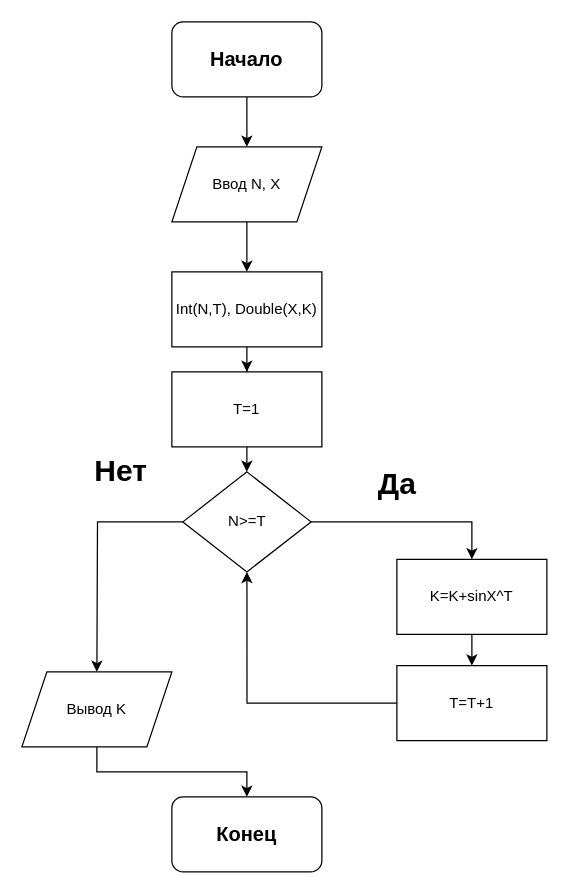
SphaleRud/Python keeps this draw.io diagram as Untitled Diagram.drawio. Above is the earlier version. Source tidied: cells renumbered, new cells numbered last; positions are measured from the earlier drawing's top-left corner, leaving out a move shared by most shapes. Both pictures are drawn from the tidied source at 125%, with x=0, y=0 at pixel (21, 21).
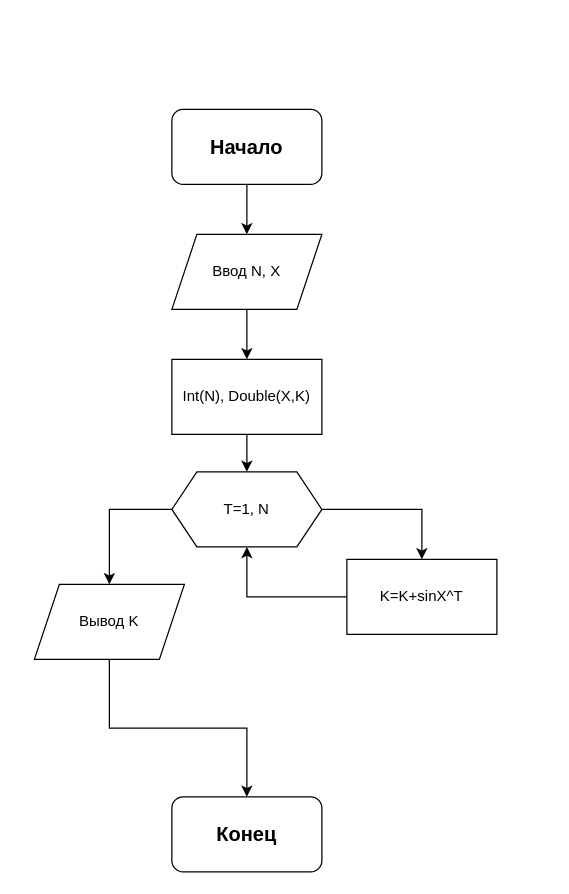
Above is the later version.

Diff of the diagram source:
```diff
@@
     <mxCell id="3" value="&lt;font style=&quot;font-size: 16px&quot;&gt;&lt;b&gt;Начало&lt;/b&gt;&lt;/font&gt;" style="rounded=1;whiteSpace=wrap;html=1;" parent="1" vertex="1">
-      <mxGeometry x="120" width="120" height="60" as="geometry" />
+      <mxGeometry x="120" y="70" width="120" height="60" as="geometry" />
     </mxCell>
@@
     <mxCell id="6" value="Ввод N, X" style="shape=parallelogram;perimeter=parallelogramPerimeter;whiteSpace=wrap;html=1;fixedSize=1;" parent="1" vertex="1">
-      <mxGeometry x="120" y="100" width="120" height="60" as="geometry" />
+      <mxGeometry x="120" y="170" width="120" height="60" as="geometry" />
     </mxCell>
-    <mxCell id="7" style="edgeStyle=orthogonalEdgeStyle;rounded=0;jettySize=auto;html=1;" parent="1" edge="1" source="8" target="15">
+    <mxCell id="7" style="edgeStyle=orthogonalEdgeStyle;rounded=0;jettySize=auto;html=1;entryX=0.5;entryY=0;entryDx=0;entryDy=0;" parent="1" edge="1" source="8" target="25">
       <mxGeometry relative="1" as="geometry" />
     </mxCell>
-    <mxCell id="8" value="Int(N,T), Double(X,K)" style="rounded=0;whiteSpace=wrap;html=1;" parent="1" vertex="1">
-      <mxGeometry x="120" y="200" width="120" height="60" as="geometry" />
+    <mxCell id="8" value="Int(N), Double(X,K)" style="rounded=0;whiteSpace=wrap;html=1;" parent="1" vertex="1">
+      <mxGeometry x="120" y="270" width="120" height="60" as="geometry" />
     </mxCell>
-    <mxCell id="9" style="edgeStyle=orthogonalEdgeStyle;rounded=0;jettySize=auto;html=1;exitX=1;exitY=0.5;exitDx=0;exitDy=0;entryX=0.5;entryY=0;entryDx=0;entryDy=0;" parent="1" edge="1" source="11" target="13">
-      <mxGeometry relative="1" as="geometry" />
-    </mxCell>
-    <mxCell id="10" style="edgeStyle=orthogonalEdgeStyle;rounded=0;jettySize=auto;html=1;" parent="1" edge="1" source="11">
-      <mxGeometry relative="1" as="geometry">
-        <mxPoint x="60" y="520" as="targetPoint" />
-      </mxGeometry>
-    </mxCell>
-    <mxCell id="11" value="N&amp;gt;=T" style="rhombus;whiteSpace=wrap;html=1;" parent="1" vertex="1">
-      <mxGeometry x="128.8" y="360" width="102.5" height="80" as="geometry" />
-    </mxCell>
-    <mxCell id="12" style="edgeStyle=orthogonalEdgeStyle;rounded=0;jettySize=auto;html=1;entryX=0.5;entryY=0;entryDx=0;entryDy=0;" parent="1" edge="1" source="13" target="17">
-      <mxGeometry relative="1" as="geometry" />
-    </mxCell>
+    <mxCell id="22" style="edgeStyle=orthogonalEdgeStyle;rounded=0;jettySize=auto;html=1;entryX=0.5;entryY=1;entryDx=0;entryDy=0;" parent="1" edge="1" source="13" target="25">
+      <mxGeometry relative="1" as="geometry" />
+    </mxCell>
     <mxCell id="13" value="K=K+sinX^T" style="rounded=0;whiteSpace=wrap;html=1;" parent="1" vertex="1">
-      <mxGeometry x="300" y="430" width="120" height="60" as="geometry" />
+      <mxGeometry x="260" y="430" width="120" height="60" as="geometry" />
     </mxCell>
-    <mxCell id="14" style="edgeStyle=orthogonalEdgeStyle;rounded=0;jettySize=auto;html=1;" parent="1" edge="1" source="15" target="11">
-      <mxGeometry relative="1" as="geometry" />
-    </mxCell>
-    <mxCell id="15" value="T=1" style="rounded=0;whiteSpace=wrap;html=1;" parent="1" vertex="1">
-      <mxGeometry x="120" y="280" width="120" height="60" as="geometry" />
-    </mxCell>
-    <mxCell id="16" style="edgeStyle=orthogonalEdgeStyle;rounded=0;jettySize=auto;html=1;entryX=0.5;entryY=1;entryDx=0;entryDy=0;" parent="1" edge="1" source="17" target="11">
-      <mxGeometry relative="1" as="geometry" />
-    </mxCell>
-    <mxCell id="17" value="T=T+1" style="rounded=0;whiteSpace=wrap;html=1;" parent="1" vertex="1">
-      <mxGeometry x="300" y="515" width="120" height="60" as="geometry" />
-    </mxCell>
@@
     <mxCell id="19" value="Вывод K" style="shape=parallelogram;perimeter=parallelogramPerimeter;whiteSpace=wrap;html=1;fixedSize=1;" parent="1" vertex="1">
-      <mxGeometry y="520" width="120" height="60" as="geometry" />
+      <mxGeometry x="10" y="450" width="120" height="60" as="geometry" />
     </mxCell>
-    <mxCell id="20" value="Да" style="text;strokeColor=none;fillColor=none;html=1;fontSize=24;fontStyle=1;verticalAlign=middle;align=center;" parent="1" vertex="1">
-      <mxGeometry x="250" y="350" width="100" height="40" as="geometry" />
-    </mxCell>
-    <mxCell id="21" value="Нет" style="text;strokeColor=none;fillColor=none;html=1;fontSize=24;fontStyle=1;verticalAlign=middle;align=center;" parent="1" vertex="1">
-      <mxGeometry x="28.8" y="340" width="100" height="40" as="geometry" />
-    </mxCell>
+    <mxCell id="23" style="edgeStyle=orthogonalEdgeStyle;rounded=0;jettySize=auto;html=1;entryX=0.5;entryY=0;entryDx=0;entryDy=0;" parent="1" edge="1" source="25" target="13">
+      <mxGeometry relative="1" as="geometry" />
+    </mxCell>
+    <mxCell id="24" style="edgeStyle=orthogonalEdgeStyle;rounded=0;jettySize=auto;html=1;entryX=0.5;entryY=0;entryDx=0;entryDy=0;" parent="1" edge="1" source="25" target="19">
+      <mxGeometry relative="1" as="geometry">
+        <Array as="points">
+          <mxPoint x="70" y="390" />
+        </Array>
+      </mxGeometry>
+    </mxCell>
+    <mxCell id="25" value="T=1, N" style="shape=hexagon;perimeter=hexagonPerimeter2;whiteSpace=wrap;html=1;fixedSize=1;" parent="1" vertex="1">
+      <mxGeometry x="120" y="360" width="120" height="60" as="geometry" />
+    </mxCell>
```
